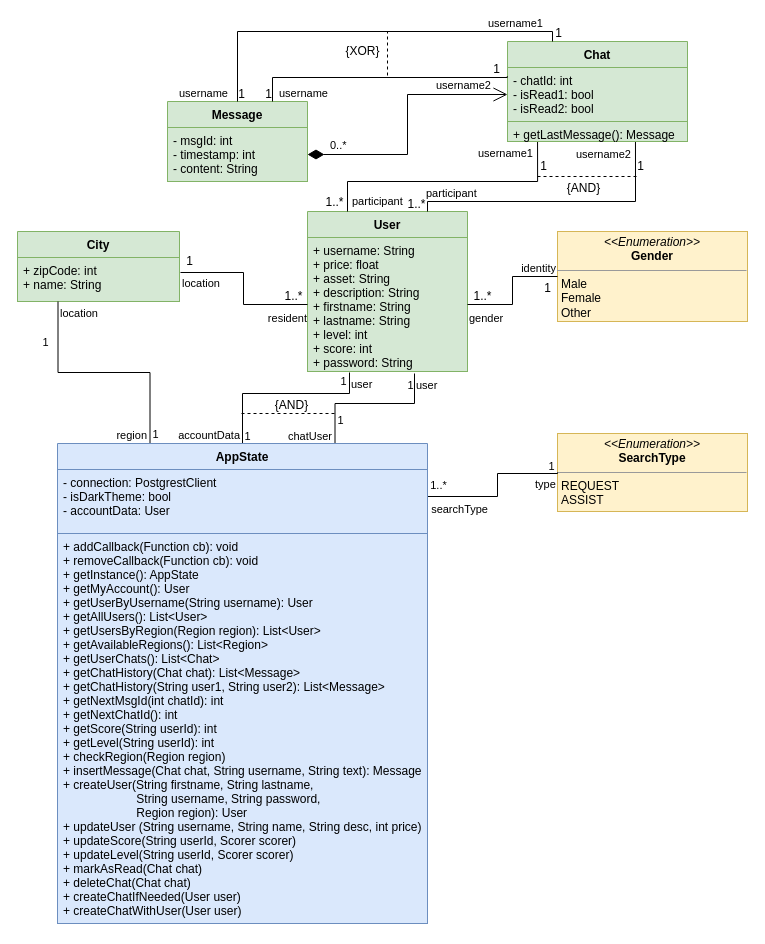
matwoess/helpout keeps this draw.io diagram as doc/uml.drawio. Above is the earlier version. Source tidied: cells renumbered, new cells numbered last; positions are measured from the earlier drawing's top-left corner, leaving out a move shared by most shapes. Both pictures are drawn from the tidied source at 100%, with x=0, y=0 at pixel (17, 23).
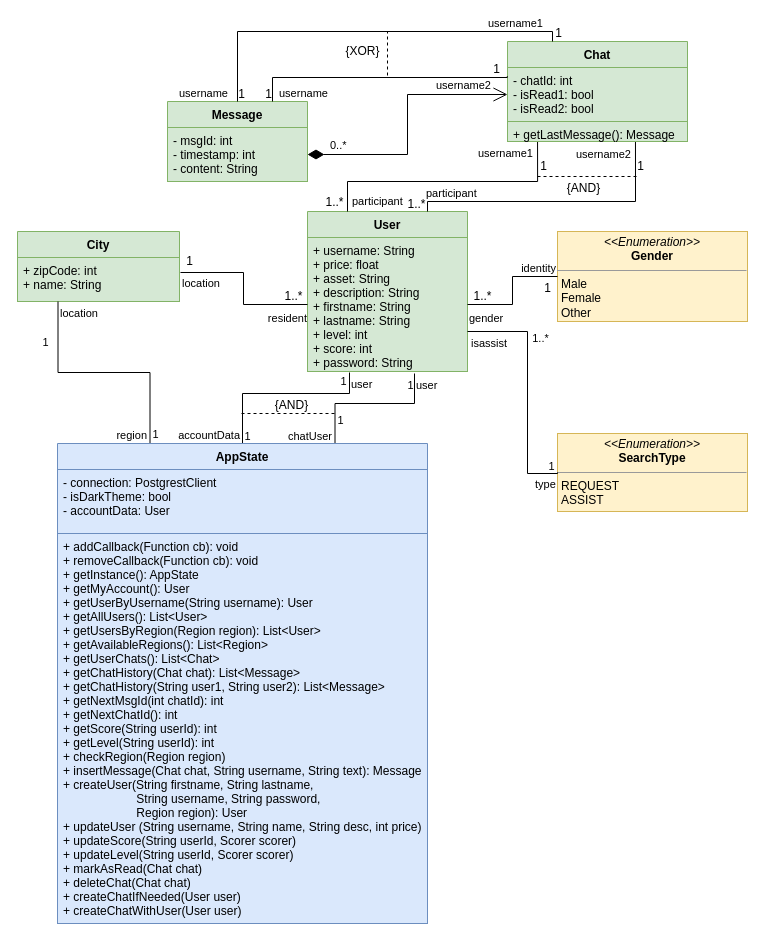
The same diagram, later.

The change refers to these unchanged cells:
```xml
<mxCell id="2" value="User" style="swimlane;fontStyle=1;align=center;verticalAlign=top;horizontal=1;startSize=26;fillColor=#d5e8d4;strokeColor=#82b366;" parent="1" vertex="1">
  <mxGeometry x="290" y="188" width="160" height="160" as="geometry" />
</mxCell>
```

Diff of the diagram source:
```diff
@@
-    <mxCell id="41" style="endArrow=none;html=1;edgeStyle=orthogonalEdgeStyle;fontColor=#000000;rounded=0;" parent="1" edge="1">
+    <mxCell id="41" style="endArrow=none;html=1;edgeStyle=orthogonalEdgeStyle;fontColor=#000000;rounded=0;entryX=1;entryY=0.75;entryDx=0;entryDy=0;" parent="1" edge="1" target="2">
       <mxGeometry relative="1" as="geometry">
         <mxPoint x="540" y="449" as="sourcePoint" />
-        <mxPoint x="410" y="473" as="targetPoint" />
         <Array as="points">
-          <mxPoint x="480" y="450" />
-          <mxPoint x="480" y="473" />
+          <mxPoint x="540" y="450" />
+          <mxPoint x="510" y="450" />
+          <mxPoint x="510" y="308" />
         </Array>
       </mxGeometry>
     </mxCell>
@@
-    <mxCell id="43" value="searchType" style="edgeLabel;html=1;align=right;verticalAlign=bottom;" parent="41" vertex="1">
+    <mxCell id="43" value="isassist" style="edgeLabel;html=1;align=right;verticalAlign=bottom;" parent="41" vertex="1">
       <mxGeometry x="1" relative="1" as="geometry">
-        <mxPoint x="61" y="21" as="offset" />
+        <mxPoint x="40" y="20" as="offset" />
       </mxGeometry>
     </mxCell>
     <mxCell id="44" value="1..*" style="edgeLabel;html=1;align=center;verticalAlign=middle;fontColor=#000000;" parent="41" vertex="1">
       <mxGeometry x="-0.42" y="-10" relative="1" as="geometry">
-        <mxPoint x="-76" y="21" as="offset" />
+        <mxPoint x="2" y="-99" as="offset" />
       </mxGeometry>
     </mxCell>
```
